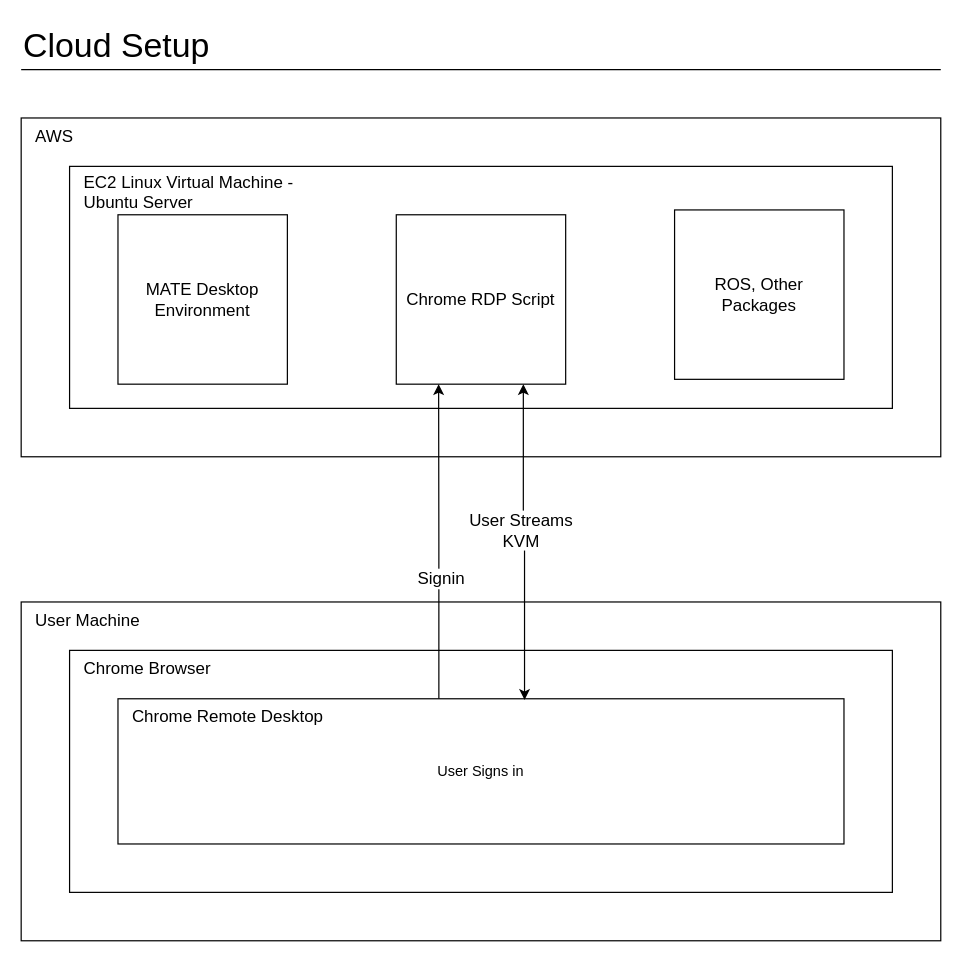
Earlier version of the draw.io diagram Diagrams/cloud_setup.drawio (AM1010101/lidar_integrators_course). Source tidied: cells renumbered, new cells numbered last; positions are measured from the earlier drawing's top-left corner, leaving out a move shared by most shapes. Both pictures are drawn from the tidied source at 121%, with x=0, y=0 at pixel (21, 21).
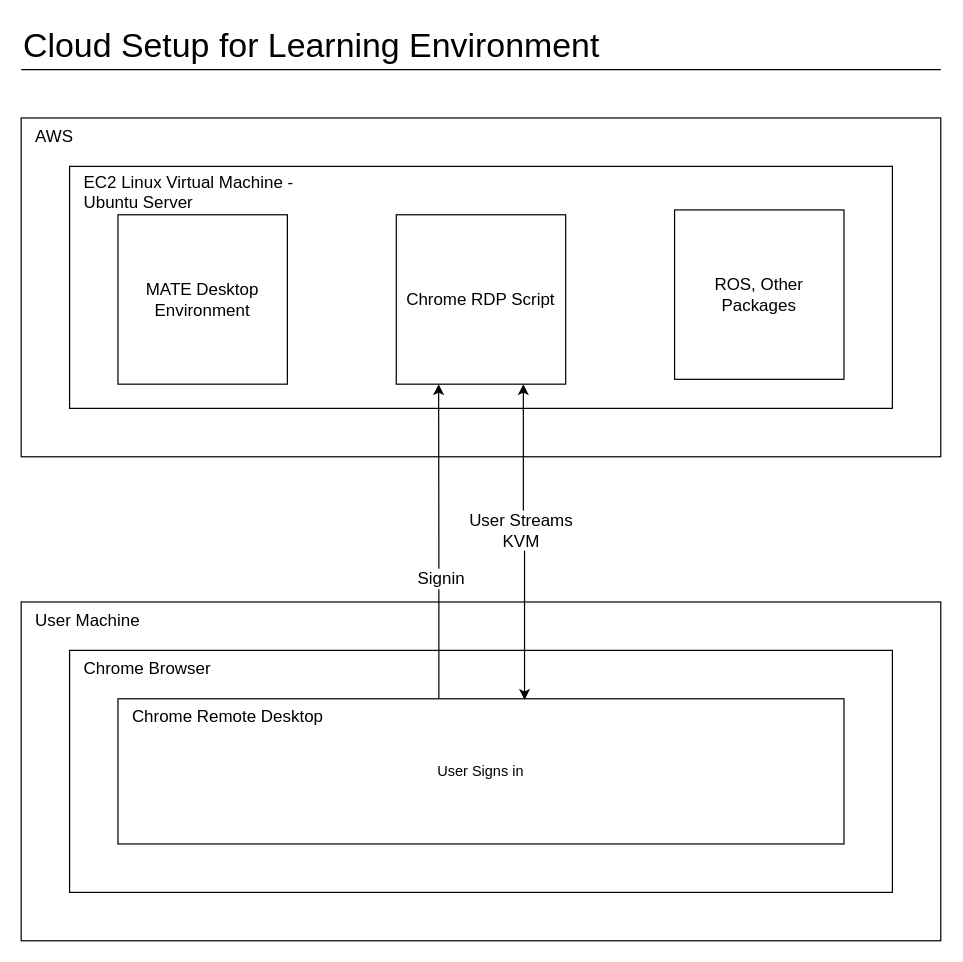
After the change.

What changed in the source:
```diff
@@
-    <mxCell id="4" value="Cloud Setup" style="text;html=1;strokeColor=none;fillColor=none;align=left;verticalAlign=bottom;whiteSpace=wrap;rounded=0;fontStyle=0;fontSize=28;labelPosition=center;verticalLabelPosition=middle;" parent="1" vertex="1">
-      <mxGeometry width="320" height="40" as="geometry" />
+    <mxCell id="4" value="Cloud Setup for Learning Environment" style="text;html=1;strokeColor=none;fillColor=none;align=left;verticalAlign=bottom;whiteSpace=wrap;rounded=0;fontStyle=0;fontSize=28;labelPosition=center;verticalLabelPosition=middle;" parent="1" vertex="1">
+      <mxGeometry width="510" height="40" as="geometry" />
     </mxCell>
```
